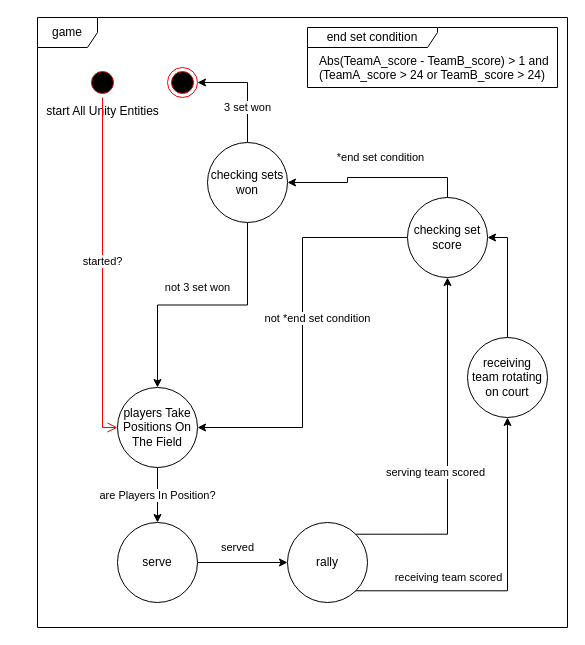
Before: Project/Documentation/Diagrams/game.drawio in mikymaione/Folie, a draw.io diagram. Source tidied: cells renumbered, new cells numbered last; positions are measured from the earlier drawing's top-left corner, leaving out a move shared by most shapes. Both pictures are drawn from the tidied source at 100%, with x=0, y=0 at pixel (37, 17).
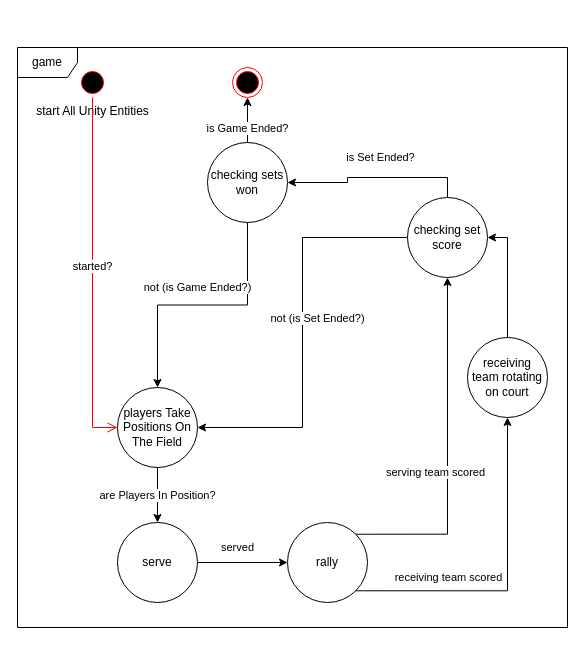
Above is the later version.

The change refers to these unchanged cells:
```xml
<mxCell id="5" value="players Take Positions On The Field" style="ellipse;whiteSpace=wrap;html=1;" parent="1" vertex="1">
  <mxGeometry x="80" y="370" width="80" height="80" as="geometry" />
</mxCell>
<mxCell id="13" value="checking sets won" style="ellipse;whiteSpace=wrap;html=1;" parent="1" vertex="1">
  <mxGeometry x="170" y="125" width="80" height="80" as="geometry" />
</mxCell>
<mxCell id="16" value="checking set score" style="ellipse;whiteSpace=wrap;html=1;" parent="1" vertex="1">
  <mxGeometry x="370" y="180" width="80" height="80" as="geometry" />
</mxCell>
```

Change to the diagram source:
```diff
@@
     <mxCell id="2" value="game" style="shape=umlFrame;whiteSpace=wrap;html=1;" parent="1" vertex="1">
-      <mxGeometry width="530" height="610" as="geometry" />
+      <mxGeometry x="-20" y="30" width="550" height="580" as="geometry" />
     </mxCell>
@@
-    <mxCell id="11" value="3 set won" style="edgeStyle=orthogonalEdgeStyle;rounded=0;jettySize=auto;html=1;exitX=0.5;exitY=0;exitDx=0;exitDy=0;strokeColor=#000000;entryX=1;entryY=0.5;entryDx=0;entryDy=0;" parent="1" edge="1" source="13" target="17">
+    <mxCell id="11" value="is Game Ended?" style="edgeStyle=orthogonalEdgeStyle;rounded=0;jettySize=auto;html=1;exitX=0.5;exitY=0;exitDx=0;exitDy=0;strokeColor=#000000;" parent="1" edge="1" source="13" target="17">
       <mxGeometry x="-0.36" relative="1" as="geometry" />
     </mxCell>
-    <mxCell id="12" value="not 3 set won" style="edgeStyle=orthogonalEdgeStyle;rounded=0;jettySize=auto;html=1;exitX=0.5;exitY=1;exitDx=0;exitDy=0;strokeColor=#000000;" parent="1" edge="1" source="13" target="5">
+    <mxCell id="12" value="not (is Game Ended?)" style="edgeStyle=orthogonalEdgeStyle;rounded=0;jettySize=auto;html=1;exitX=0.5;exitY=1;exitDx=0;exitDy=0;strokeColor=#000000;" parent="1" edge="1" source="13" target="5">
       <mxGeometry x="0.04" y="-18" relative="1" as="geometry" />
     </mxCell>
@@
-    <mxCell id="14" value="*end set condition" style="edgeStyle=orthogonalEdgeStyle;rounded=0;jettySize=auto;html=1;exitX=0.5;exitY=0;exitDx=0;exitDy=0;entryX=1;entryY=0.5;entryDx=0;entryDy=0;strokeColor=#000000;" parent="1" edge="1" source="16" target="13">
+    <mxCell id="14" value="is Set Ended?" style="edgeStyle=orthogonalEdgeStyle;rounded=0;jettySize=auto;html=1;exitX=0.5;exitY=0;exitDx=0;exitDy=0;entryX=1;entryY=0.5;entryDx=0;entryDy=0;strokeColor=#000000;" parent="1" edge="1" source="16" target="13">
       <mxGeometry x="-0.06" y="-20" relative="1" as="geometry" />
     </mxCell>
-    <mxCell id="15" value="not *end set condition" style="edgeStyle=orthogonalEdgeStyle;rounded=0;jettySize=auto;html=1;exitX=0;exitY=0.5;exitDx=0;exitDy=0;entryX=1;entryY=0.5;entryDx=0;entryDy=0;strokeColor=#000000;" parent="1" edge="1" source="16" target="5">
+    <mxCell id="15" value="not (is Set Ended?)" style="edgeStyle=orthogonalEdgeStyle;rounded=0;jettySize=auto;html=1;exitX=0;exitY=0.5;exitDx=0;exitDy=0;entryX=1;entryY=0.5;entryDx=0;entryDy=0;strokeColor=#000000;" parent="1" edge="1" source="16" target="5">
       <mxGeometry x="-0.07" y="15" relative="1" as="geometry" />
     </mxCell>
@@
     <mxCell id="17" style="ellipse;html=1;shape=endState;fillColor=#000000;strokeColor=#ff0000;" parent="1" vertex="1">
-      <mxGeometry x="130" y="50" width="30" height="30" as="geometry" />
+      <mxGeometry x="195" y="50" width="30" height="30" as="geometry" />
     </mxCell>
     <mxCell id="18" value="&lt;br&gt;&lt;br&gt;&lt;br&gt;&lt;br&gt;start All Unity Entities" style="ellipse;html=1;shape=startState;fillColor=#000000;strokeColor=#ff0000;" parent="1" vertex="1">
-      <mxGeometry x="50" y="50" width="30" height="30" as="geometry" />
+      <mxGeometry x="40" y="50" width="30" height="30" as="geometry" />
     </mxCell>
     <mxCell id="19" value="started?" style="edgeStyle=orthogonalEdgeStyle;html=1;verticalAlign=bottom;endArrow=open;endSize=8;strokeColor=#ff0000;rounded=0;" parent="1" edge="1" source="18" target="5">
       <mxGeometry relative="1" as="geometry">
         <Array as="points">
-          <mxPoint x="65" y="410" />
+          <mxPoint x="55" y="410" />
         </Array>
       </mxGeometry>
     </mxCell>
-    <mxCell id="20" value="end set condition" style="shape=umlFrame;whiteSpace=wrap;html=1;width=130;height=20;" parent="1" vertex="1">
-      <mxGeometry x="270" y="10" width="250" height="60" as="geometry" />
-    </mxCell>
-    <mxCell id="21" value="Abs(TeamA_score - TeamB_score) &amp;gt; 1 and&lt;br&gt;(TeamA_score &amp;gt; 24 or TeamB_score &amp;gt; 24)" style="text;html=1;strokeColor=none;fillColor=none;align=left;verticalAlign=top;whiteSpace=wrap;rounded=0;" parent="1" vertex="1">
-      <mxGeometry x="280" y="30" width="240" height="40" as="geometry" />
-    </mxCell>
```
